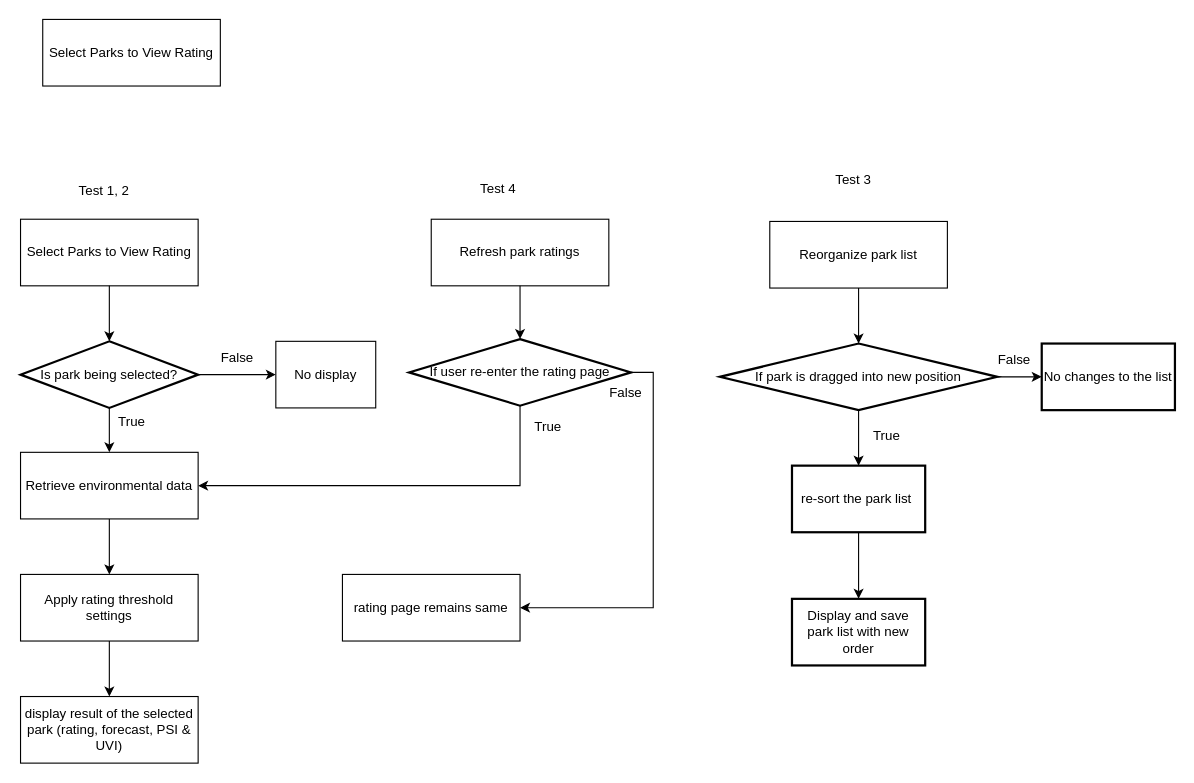
Above: page "rating" (2 of 6) of TestCases.drawio in tetsuri2000/open (draw.io), before the change. Source tidied: cells renumbered, new cells numbered last; positions are measured from the earlier drawing's top-left corner, leaving out a move shared by most shapes. Both pictures are drawn from the tidied source at 111%, with x=0, y=0 at pixel (20, 19).
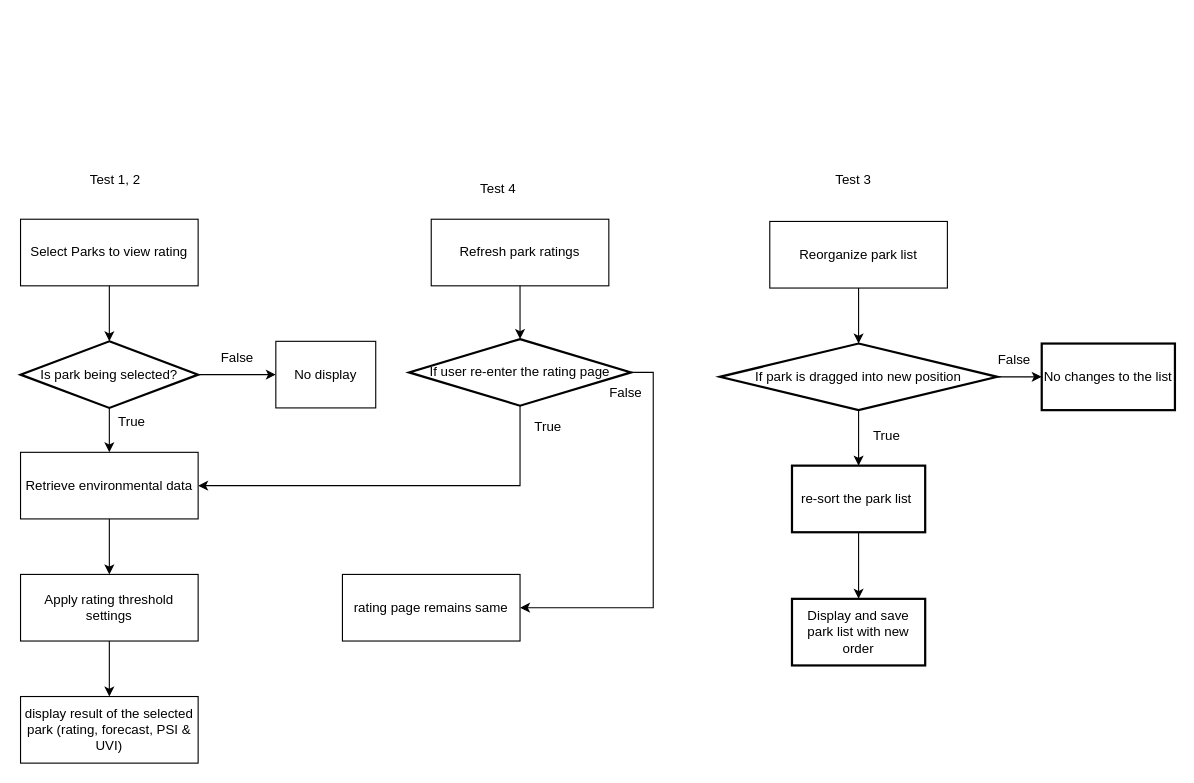
The same diagram, later.

The edit, as a diff of the source:
```diff
@@
-    <mxCell id="2" value="Select Parks to View Rating" style="rounded=0;whiteSpace=wrap;html=1;" parent="1" vertex="1">
-      <mxGeometry x="20" width="160" height="60" as="geometry" />
-    </mxCell>
@@
-    <mxCell id="10" value="Select Parks to View Rating" style="rounded=0;whiteSpace=wrap;html=1;" parent="1" vertex="1">
+    <mxCell id="10" value="Select Parks to view rating" style="rounded=0;whiteSpace=wrap;html=1;" parent="1" vertex="1">
       <mxGeometry y="180" width="160" height="60" as="geometry" />
     </mxCell>
@@
     <mxCell id="19" value="Test 1, 2" style="text;html=1;align=center;verticalAlign=middle;strokeColor=none;fillColor=none;" parent="1" vertex="1">
-      <mxGeometry x="40" y="140" width="70" height="30" as="geometry" />
+      <mxGeometry x="50" y="130" width="70" height="30" as="geometry" />
     </mxCell>
```
